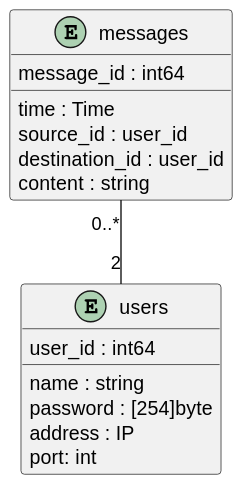
Before: exercice_2/plantuml/db_class.svg, a diagram exported from PlantUML (scanim-valentin/training-restful-go). Its diagram source:
```plantuml
@startuml
entity messages{
    message_id : int64
    __
    time : Time
    source_id : user_id
    destination_id : user_id
    content : string
}

entity users{
    user_id : int64
    __
    name : string
    password : [254]byte
    address : IP
    port: int
}


messages "0..*" -- "2" users
@enduml
```
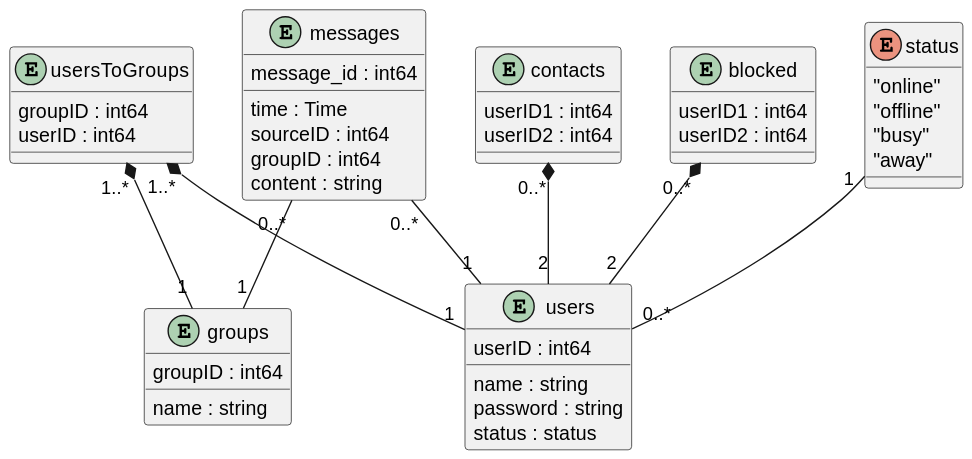
After the change.

Diff of the diagram source:
```diff
@@ -3,20 +3,54 @@
     message_id : int64
     __
     time : Time
-    source_id : user_id
-    destination_id : user_id
+    sourceID : int64
+    groupID : int64
     content : string
 }
 
-entity users{
-    user_id : int64
+entity contacts{
+    userID1 : int64
+    userID2 : int64
+}
+
+entity blocked{
+    userID1 : int64
+    userID2 : int64
+}
+
+entity usersToGroups{
+    groupID : int64
+    userID : int64
+}
+
+entity groups{
+    groupID : int64
     __
     name : string
-    password : [254]byte
-    address : IP
-    port: int
+}
+
+entity users{
+    userID : int64
+    __
+    name : string
+    password : string
+    status : status
+}
+
+enum status {
+    "online"
+    "offline"
+    "busy"
+    "away"
 }
 
 
-messages "0..*" -- "2" users
+messages "0..*" -- "1" users
+messages "0..*" -- "1" groups
+
+contacts "0..*" *-- "2" users
+blocked "0..*" *-- "2" users
+status "1" -- "0..*" users
+usersToGroups "1..*" *-- "1" users
+usersToGroups "1..*" *-- "1" groups
 @enduml
```
